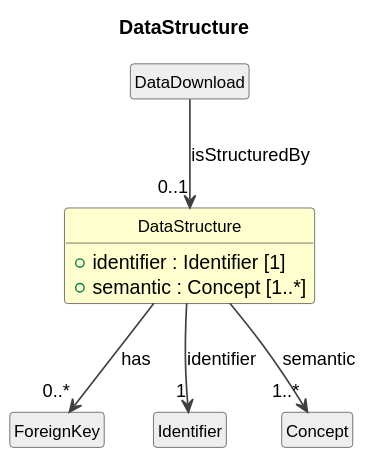
Cross-Domain-Interoperability-Framework/metadataBuildingBlocks keeps this PlantUML diagram as cdif-uml-model/_plantuml/cdifDataStructure/Classes/DataStructure.svg. Above is the earlier version.
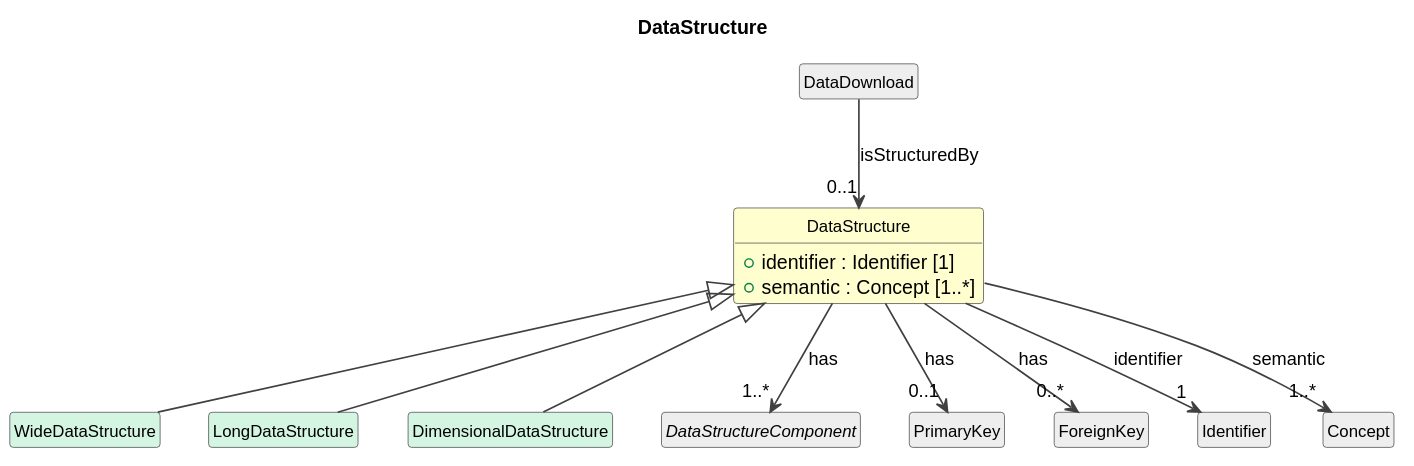
After the change.

Diff of the diagram source:
```diff
@@ -14,6 +14,16 @@
   +identifier : Identifier [1]
   +semantic : Concept [1..*]
 }
+class "WideDataStructure" as WideDataStructure #D5F5E3
+DataStructure <|-- WideDataStructure
+class "LongDataStructure" as LongDataStructure #D5F5E3
+DataStructure <|-- LongDataStructure
+class "DimensionalDataStructure" as DimensionalDataStructure #D5F5E3
+DataStructure <|-- DimensionalDataStructure
+abstract class "DataStructureComponent" as DataStructureComponent #EEEEEE
+DataStructure --> "1..*" DataStructureComponent : has
+class "PrimaryKey" as PrimaryKey #EEEEEE
+DataStructure --> "0..1" PrimaryKey : has
 class "ForeignKey" as ForeignKey #EEEEEE
 DataStructure --> "0..*" ForeignKey : has
 class "DataDownload" as DataDownload #EEEEEE
```
